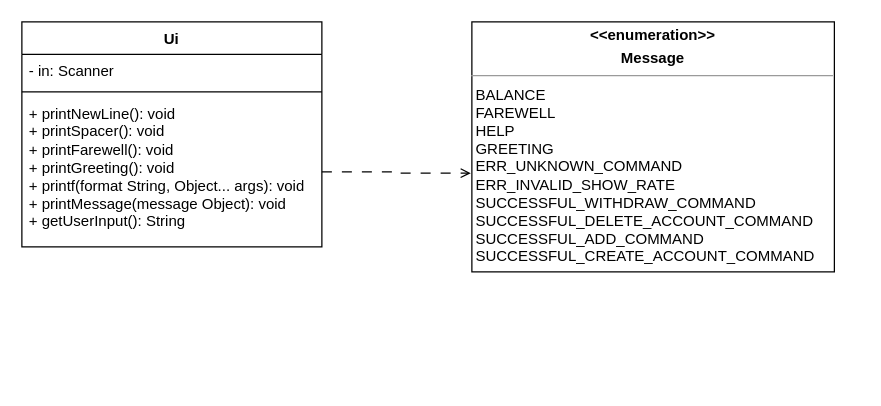
woowenjun99/tp keeps this draw.io diagram as docs/diagrams/UiClassDiagram.drawio. Above is the earlier version. Source tidied: cells renumbered, new cells numbered last; positions are measured from the earlier drawing's top-left corner, leaving out a move shared by most shapes. Both pictures are drawn from the tidied source at 125%, with x=0, y=0 at pixel (21, 21).
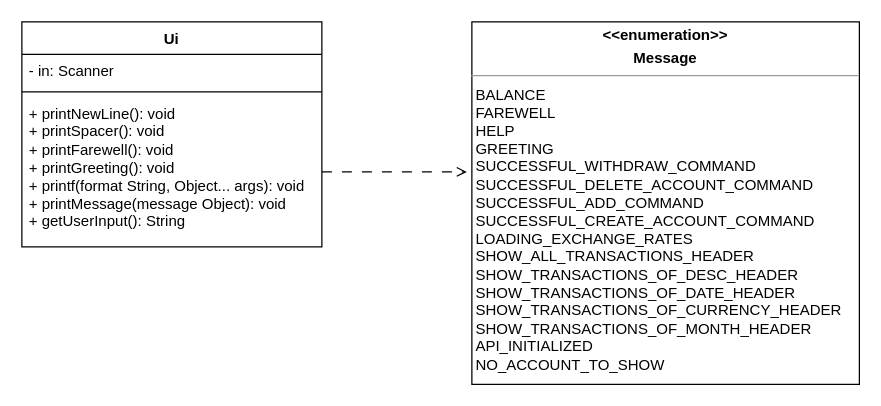
The same diagram, later.

Commit message (it also covers changes not shown here):
Update the UI aspect of the class diagram

Change to the diagram source:
```diff
@@
 <mxGraphModel>
   <root>
     <mxCell id="0" />
     <mxCell id="1" parent="0" />
     <mxCell id="2" value="Ui" style="swimlane;fontStyle=1;align=center;verticalAlign=top;horizontal=1;startSize=26;whiteSpace=wrap;html=1;" parent="1" vertex="1">
       <mxGeometry width="240" height="180" as="geometry" />
     </mxCell>
     <mxCell id="3" value="- in: Scanner" style="text;strokeColor=none;fillColor=none;align=left;verticalAlign=top;spacingLeft=4;spacingRight=4;overflow=hidden;whiteSpace=wrap;html=1;" parent="2" vertex="1">
       <mxGeometry y="26" width="240" height="26" as="geometry" />
     </mxCell>
     <mxCell id="4" style="line;strokeWidth=1;fillColor=none;align=left;verticalAlign=middle;spacingTop=-1;spacingLeft=3;spacingRight=3;labelPosition=right;strokeColor=inherit;" parent="2" vertex="1">
       <mxGeometry y="52" width="240" height="8" as="geometry" />
     </mxCell>
     <mxCell id="5" value="+ printNewLine(): void&lt;br&gt;+ printSpacer(): void&lt;br&gt;+ printFarewell(): void&lt;br&gt;+ printGreeting(): void&lt;br&gt;+ printf(format String, Object... args): void&lt;br&gt;+ printMessage(message Object): void&lt;br&gt;+ getUserInput(): String" style="text;strokeColor=none;fillColor=none;align=left;verticalAlign=top;spacingLeft=4;spacingRight=4;overflow=hidden;points=[[0,0.5],[1,0.5]];portConstraint=eastwest;whiteSpace=wrap;html=1;" parent="2" vertex="1">
       <mxGeometry y="60" width="240" height="120" as="geometry" />
     </mxCell>
-    <mxCell id="6" value="&lt;p style=&quot;margin:0px;margin-top:4px;text-align:center;&quot;&gt;&lt;b&gt;&amp;lt;&amp;lt;enumeration&amp;gt;&amp;gt;&lt;/b&gt;&lt;/p&gt;&lt;p style=&quot;margin:0px;margin-top:4px;text-align:center;&quot;&gt;&lt;b&gt;Message&lt;/b&gt;&lt;/p&gt;&lt;hr size=&quot;1&quot;&gt;&lt;div style=&quot;height:2px;&quot;&gt;&lt;br&gt;&lt;/div&gt;&lt;div style=&quot;height:2px;&quot;&gt;&amp;nbsp;BALANCE&lt;br&gt;&amp;nbsp;FAREWELL&lt;br&gt;&amp;nbsp;HELP&lt;br&gt;&amp;nbsp;GREETING&lt;br&gt;&amp;nbsp;ERR_UNKNOWN_COMMAND&lt;br&gt;&amp;nbsp;ERR_INVALID_SHOW_RATE&lt;br&gt;&amp;nbsp;SUCCESSFUL_WITHDRAW_COMMAND&lt;br&gt;&amp;nbsp;SUCCESSFUL_DELETE_ACCOUNT_COMMAND&lt;br&gt;&amp;nbsp;SUCCESSFUL_ADD_COMMAND&lt;br&gt;&amp;nbsp;SUCCESSFUL_CREATE_ACCOUNT_COMMAND&lt;/div&gt;" style="verticalAlign=top;align=left;overflow=fill;fontSize=12;fontFamily=Helvetica;html=1;spacingLeft=5;spacingTop=0;" parent="1" vertex="1">
-      <mxGeometry x="360" width="290" height="200" as="geometry" />
+    <mxCell id="6" value="&lt;p style=&quot;margin:0px;margin-top:4px;text-align:center;&quot;&gt;&lt;b&gt;&amp;lt;&amp;lt;enumeration&amp;gt;&amp;gt;&lt;/b&gt;&lt;/p&gt;&lt;p style=&quot;margin:0px;margin-top:4px;text-align:center;&quot;&gt;&lt;b&gt;Message&lt;/b&gt;&lt;/p&gt;&lt;hr size=&quot;1&quot;&gt;&lt;div style=&quot;height:2px;&quot;&gt;&lt;br&gt;&lt;/div&gt;&lt;div style=&quot;height:2px;&quot;&gt;&amp;nbsp;BALANCE&lt;br&gt;&amp;nbsp;FAREWELL&lt;br&gt;&amp;nbsp;HELP&lt;br&gt;&amp;nbsp;GREETING&lt;br&gt;&amp;nbsp;SUCCESSFUL_WITHDRAW_COMMAND&lt;br&gt;&amp;nbsp;SUCCESSFUL_DELETE_ACCOUNT_COMMAND&lt;br&gt;&amp;nbsp;SUCCESSFUL_ADD_COMMAND&lt;br&gt;&amp;nbsp;SUCCESSFUL_CREATE_ACCOUNT_COMMAND&lt;br&gt;&amp;nbsp;LOADING_EXCHANGE_RATES&lt;br&gt;&amp;nbsp;SHOW_ALL_TRANSACTIONS_HEADER&lt;br&gt;&amp;nbsp;SHOW_TRANSACTIONS_OF_DESC_HEADER&lt;br&gt;&amp;nbsp;SHOW_TRANSACTIONS_OF_DATE_HEADER&lt;br&gt;&amp;nbsp;SHOW_TRANSACTIONS_OF_CURRENCY_HEADER&lt;br&gt;&amp;nbsp;SHOW_TRANSACTIONS_OF_MONTH_HEADER&lt;br&gt;&amp;nbsp;API_INITIALIZED&lt;br&gt;&amp;nbsp;NO_ACCOUNT_TO_SHOW&lt;/div&gt;&lt;div style=&quot;height:2px;&quot;&gt;&lt;br&gt;&lt;/div&gt;&lt;div style=&quot;height:2px;&quot;&gt;&lt;br&gt;&lt;/div&gt;&lt;div style=&quot;height:2px;&quot;&gt;&lt;br&gt;&lt;/div&gt;&lt;div style=&quot;height:2px;&quot;&gt;&lt;br&gt;&lt;/div&gt;&lt;div style=&quot;height:2px;&quot;&gt;&lt;br&gt;&lt;/div&gt;&lt;div style=&quot;height:2px;&quot;&gt;&lt;br&gt;&lt;/div&gt;&lt;div style=&quot;height:2px;&quot;&gt;&lt;br&gt;&lt;/div&gt;&lt;div style=&quot;height:2px;&quot;&gt;&lt;br&gt;&lt;/div&gt;&lt;div style=&quot;height:2px;&quot;&gt;&lt;br&gt;&lt;/div&gt;&lt;div style=&quot;height:2px;&quot;&gt;&lt;br&gt;&lt;/div&gt;&lt;div style=&quot;height:2px;&quot;&gt;&lt;br&gt;&lt;/div&gt;&lt;div style=&quot;height:2px;&quot;&gt;&lt;br&gt;&lt;/div&gt;&lt;div style=&quot;height:2px;&quot;&gt;&lt;br&gt;&lt;/div&gt;&lt;div style=&quot;height:2px;&quot;&gt;&lt;br&gt;&lt;/div&gt;&lt;div style=&quot;height:2px;&quot;&gt;&lt;br&gt;&lt;/div&gt;&lt;div style=&quot;height:2px;&quot;&gt;&lt;br&gt;&lt;/div&gt;&lt;div style=&quot;height:2px;&quot;&gt;&lt;br&gt;&lt;/div&gt;&lt;div style=&quot;height:2px;&quot;&gt;&lt;br&gt;&lt;/div&gt;&lt;div style=&quot;height:2px;&quot;&gt;&lt;br&gt;&lt;/div&gt;&lt;div style=&quot;height:2px;&quot;&gt;&lt;br&gt;&lt;/div&gt;&lt;div style=&quot;height:2px;&quot;&gt;&lt;br&gt;&lt;/div&gt;&lt;div style=&quot;height:2px;&quot;&gt;&lt;br&gt;&lt;/div&gt;&lt;div style=&quot;height:2px;&quot;&gt;&lt;br&gt;&lt;/div&gt;&lt;div style=&quot;height:2px;&quot;&gt;&lt;br&gt;&lt;/div&gt;&lt;div style=&quot;height:2px;&quot;&gt;&lt;br&gt;&lt;/div&gt;&lt;div style=&quot;height:2px;&quot;&gt;&lt;br&gt;&lt;/div&gt;&lt;div style=&quot;height:2px;&quot;&gt;&lt;br&gt;&lt;/div&gt;&lt;div style=&quot;height:2px;&quot;&gt;&lt;br&gt;&lt;/div&gt;&lt;div style=&quot;height:2px;&quot;&gt;&lt;br&gt;&lt;/div&gt;&lt;div style=&quot;height:2px;&quot;&gt;&lt;br&gt;&lt;/div&gt;&lt;div style=&quot;height:2px;&quot;&gt;&lt;br&gt;&lt;/div&gt;&lt;div style=&quot;height:2px;&quot;&gt;&lt;br&gt;&lt;/div&gt;&lt;div style=&quot;height:2px;&quot;&gt;&lt;br&gt;&lt;/div&gt;&lt;div style=&quot;height:2px;&quot;&gt;&lt;br&gt;&lt;/div&gt;&lt;div style=&quot;height:2px;&quot;&gt;&lt;br&gt;&lt;/div&gt;&lt;div style=&quot;height:2px;&quot;&gt;&lt;br&gt;&lt;/div&gt;&lt;div style=&quot;height:2px;&quot;&gt;&lt;br&gt;&lt;/div&gt;&lt;div style=&quot;height:2px;&quot;&gt;&lt;br&gt;&lt;/div&gt;&lt;div style=&quot;height:2px;&quot;&gt;&lt;br&gt;&lt;/div&gt;&lt;div style=&quot;height:2px;&quot;&gt;&lt;br&gt;&lt;/div&gt;&lt;div style=&quot;height:2px;&quot;&gt;&lt;br&gt;&lt;/div&gt;&lt;div style=&quot;height:2px;&quot;&gt;&lt;br&gt;&lt;/div&gt;&lt;div style=&quot;height:2px;&quot;&gt;&lt;br&gt;&lt;/div&gt;&lt;div style=&quot;height:2px;&quot;&gt;&lt;br&gt;&lt;/div&gt;&lt;div style=&quot;height:2px;&quot;&gt;&lt;br&gt;&lt;/div&gt;&lt;div style=&quot;height:2px;&quot;&gt;&lt;br&gt;&lt;/div&gt;&lt;div style=&quot;height:2px;&quot;&gt;&lt;br&gt;&lt;/div&gt;&lt;div style=&quot;height:2px;&quot;&gt;&lt;br&gt;&lt;/div&gt;&lt;div style=&quot;height:2px;&quot;&gt;&lt;br&gt;&lt;/div&gt;&lt;div style=&quot;height:2px;&quot;&gt;&lt;br&gt;&lt;/div&gt;&lt;div style=&quot;height:2px;&quot;&gt;&lt;br&gt;&lt;/div&gt;&lt;div style=&quot;height:2px;&quot;&gt;&lt;br&gt;&lt;/div&gt;&lt;div style=&quot;height:2px;&quot;&gt;&lt;br&gt;&lt;/div&gt;&lt;div style=&quot;height:2px;&quot;&gt;&lt;br&gt;&lt;/div&gt;&lt;div style=&quot;height:2px;&quot;&gt;&lt;br&gt;&lt;/div&gt;&lt;div style=&quot;height:2px;&quot;&gt;&lt;br&gt;&lt;/div&gt;&lt;div style=&quot;height:2px;&quot;&gt;&lt;br&gt;&lt;/div&gt;" style="verticalAlign=top;align=left;overflow=fill;fontSize=12;fontFamily=Helvetica;html=1;spacingLeft=5;spacingTop=0;" parent="1" vertex="1">
+      <mxGeometry x="360" width="310" height="290" as="geometry" />
     </mxCell>
-    <mxCell id="7" style="edgeStyle=orthogonalEdgeStyle;rounded=0;jettySize=auto;html=1;entryX=-0.003;entryY=0.605;entryDx=0;entryDy=0;entryPerimeter=0;dashed=1;dashPattern=8 8;endArrow=open;endFill=0;" parent="1" edge="1" source="5" target="6">
-      <mxGeometry relative="1" as="geometry" />
+    <mxCell id="7" style="edgeStyle=orthogonalEdgeStyle;rounded=0;jettySize=auto;html=1;dashed=1;dashPattern=8 8;endArrow=open;endFill=0;" parent="1" edge="1" source="5">
+      <mxGeometry relative="1" as="geometry">
+        <mxPoint x="356" y="120" as="targetPoint" />
+        <Array as="points">
+          <mxPoint x="356" y="120" />
+        </Array>
+      </mxGeometry>
     </mxCell>
   </root>
 </mxGraphModel>
```
